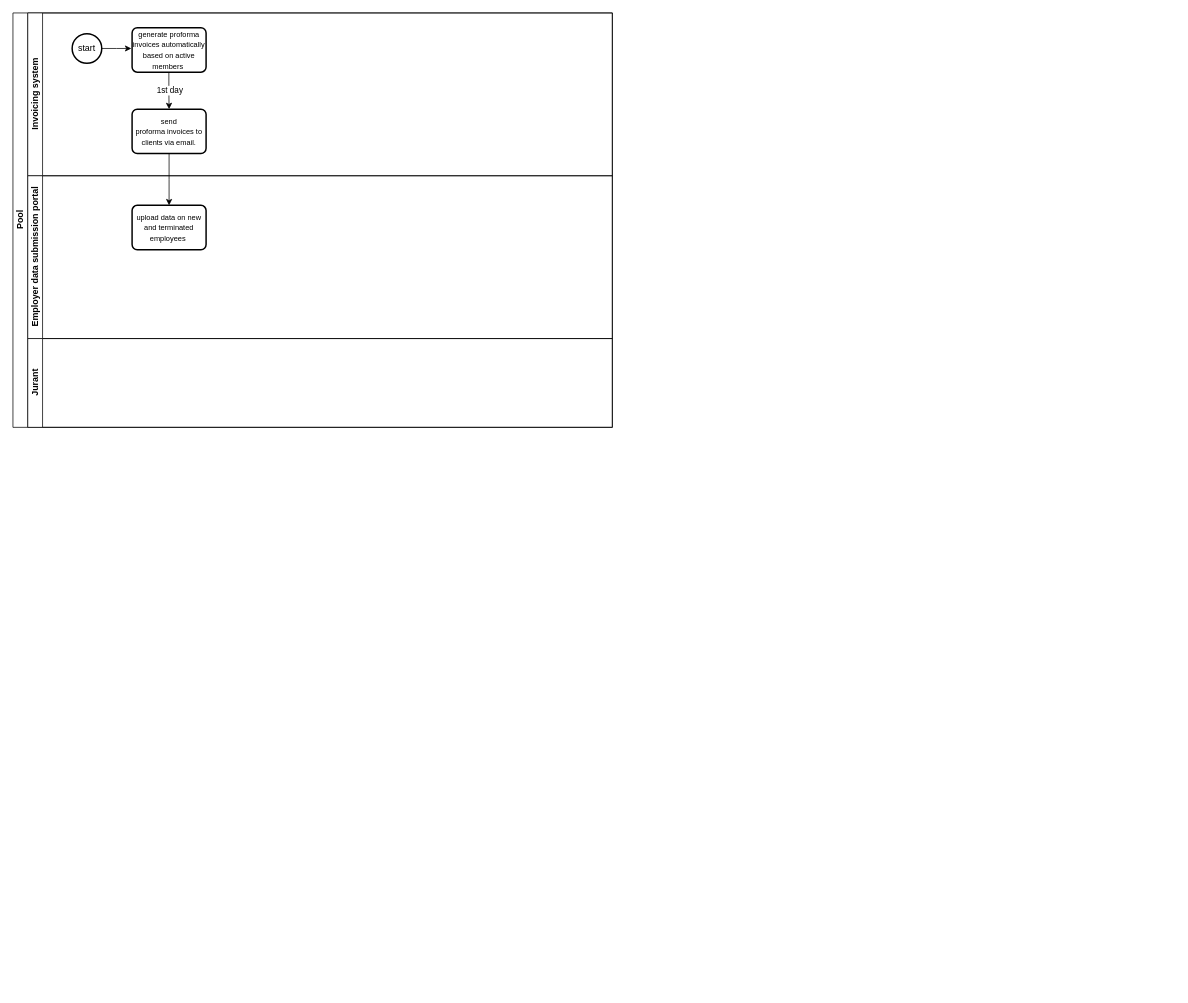
The draw.io diagram billingprocess.drawio in TJ-Kwetsane1993/Thato, before the edit. Source tidied: cells renumbered, new cells numbered last; positions are measured from the earlier drawing's top-left corner, leaving out a move shared by most shapes. Both pictures are drawn from the tidied source at 74%, with x=0, y=0 at pixel (13, 13).
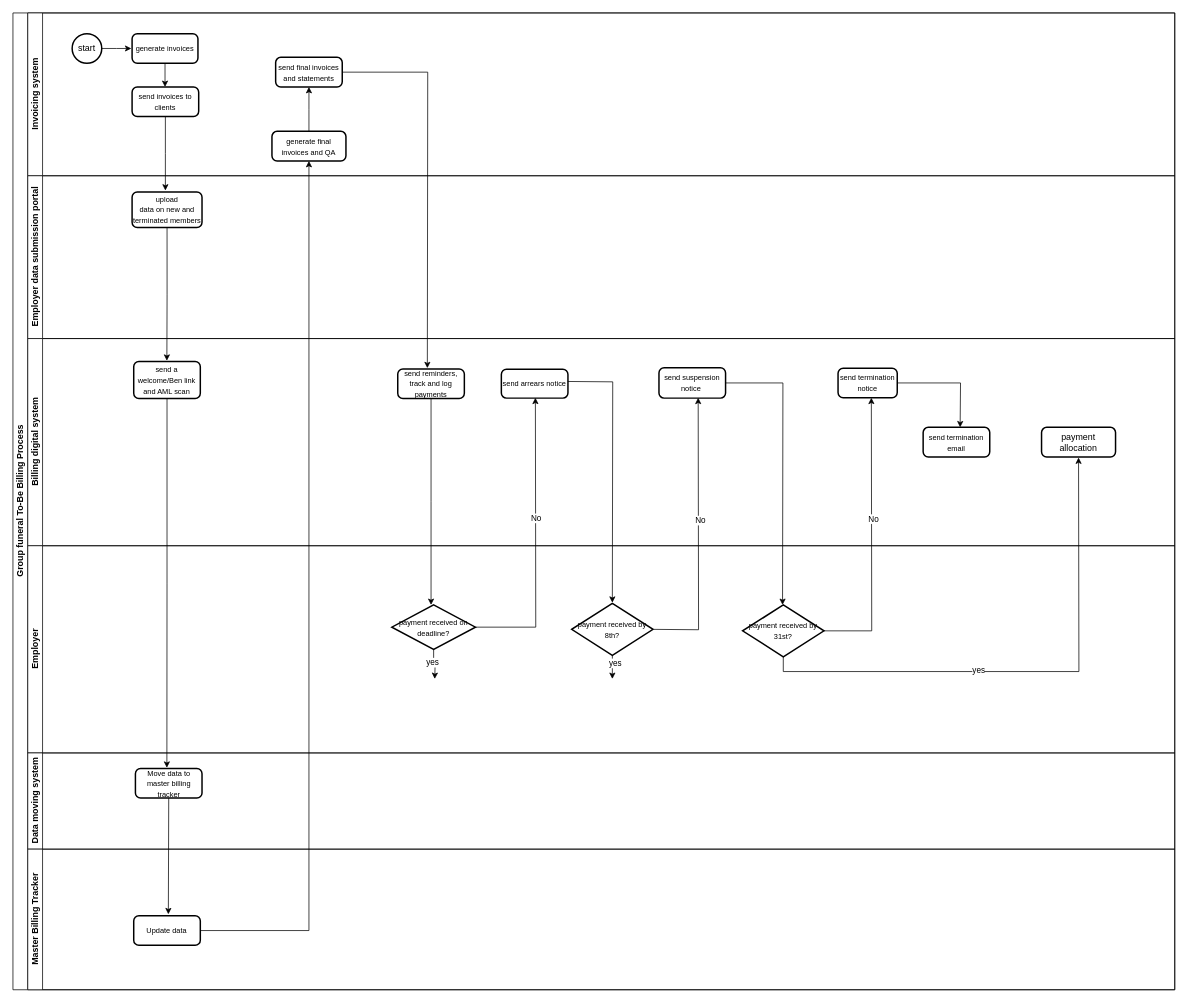
The same page after the edit.

What changed in the source:
```diff
@@
-    <mxCell id="2" value="Pool" style="swimlane;html=1;horizontal=0;startSize=20;" parent="1" vertex="1">
-      <mxGeometry width="810" height="560" as="geometry" />
+    <mxCell id="2" value="Group funeral To-Be Billing Process" style="swimlane;html=1;horizontal=0;startSize=20;" parent="1" vertex="1">
+      <mxGeometry width="1570" height="1320" as="geometry" />
     </mxCell>
     <mxCell id="3" value="Invoicing system" style="swimlane;html=1;startSize=20;horizontal=0;" parent="2" vertex="1">
-      <mxGeometry x="20" width="790" height="220" as="geometry" />
+      <mxGeometry x="20" width="1550" height="220" as="geometry" />
     </mxCell>
-    <mxCell id="4" style="edgeStyle=orthogonalEdgeStyle;rounded=0;jettySize=auto;html=1;exitX=0.497;exitY=0.867;exitDx=0;exitDy=0;exitPerimeter=0;" parent="3" edge="1" source="6">
-      <mxGeometry relative="1" as="geometry">
-        <mxPoint x="191" y="130" as="targetPoint" />
-      </mxGeometry>
-    </mxCell>
-    <mxCell id="5" value="1st day" style="edgeLabel;html=1;align=center;verticalAlign=middle;" parent="4" vertex="1">
-      <mxGeometry x="0.1" y="1" relative="1" as="geometry" />
-    </mxCell>
+    <mxCell id="14" style="edgeStyle=orthogonalEdgeStyle;rounded=0;jettySize=auto;html=1;" parent="3" edge="1" source="6">
+      <mxGeometry relative="1" as="geometry">
+        <mxPoint x="185.5" y="100" as="targetPoint" />
+      </mxGeometry>
+    </mxCell>
-    <mxCell id="6" value="&lt;span style=&quot;font-family: Aptos, sans-serif;&quot; lang=&quot;EN-US&quot;&gt;&lt;font style=&quot;font-size: 10px;&quot;&gt;generate proforma invoices automatically based on active members&amp;nbsp;&lt;/font&gt;&lt;/span&gt;" style="rounded=1;whiteSpace=wrap;html=1;absoluteArcSize=1;arcSize=14;strokeWidth=2;" parent="3" vertex="1">
-      <mxGeometry x="141" y="20" width="100" height="60" as="geometry" />
+    <mxCell id="6" value="&lt;span style=&quot;font-family: Aptos, sans-serif;&quot; lang=&quot;EN-US&quot;&gt;&lt;font style=&quot;font-size: 10px;&quot;&gt;generate invoices&lt;/font&gt;&lt;/span&gt;" style="rounded=1;whiteSpace=wrap;html=1;absoluteArcSize=1;arcSize=14;strokeWidth=2;" parent="3" vertex="1">
+      <mxGeometry x="141" y="28" width="89" height="40" as="geometry" />
     </mxCell>
@@
-    <mxCell id="9" style="edgeStyle=orthogonalEdgeStyle;rounded=0;jettySize=auto;html=1;exitX=0.5;exitY=1;exitDx=0;exitDy=0;" parent="3" edge="1" source="10">
-      <mxGeometry relative="1" as="geometry">
-        <mxPoint x="191" y="260" as="targetPoint" />
-      </mxGeometry>
-    </mxCell>
-    <mxCell id="10" value="&lt;span style=&quot;font-family: Aptos, sans-serif;&quot; lang=&quot;EN-US&quot;&gt;&lt;font style=&quot;font-size: 10px;&quot;&gt;send&lt;br&gt;proforma invoices to clients via email.&lt;/font&gt;&lt;/span&gt;" style="rounded=1;whiteSpace=wrap;html=1;absoluteArcSize=1;arcSize=14;strokeWidth=2;" parent="3" vertex="1">
-      <mxGeometry x="141" y="130" width="100" height="60" as="geometry" />
-    </mxCell>
+    <mxCell id="15" style="edgeStyle=orthogonalEdgeStyle;rounded=0;jettySize=auto;html=1;exitX=0.5;exitY=1;exitDx=0;exitDy=0;" parent="3" edge="1" source="16">
+      <mxGeometry relative="1" as="geometry">
+        <mxPoint x="186" y="240" as="targetPoint" />
+      </mxGeometry>
+    </mxCell>
+    <mxCell id="16" value="&lt;font style=&quot;font-size: 10px;&quot;&gt;send invoices to clients&lt;/font&gt;" style="rounded=1;whiteSpace=wrap;html=1;absoluteArcSize=1;arcSize=14;strokeWidth=2;" parent="3" vertex="1">
+      <mxGeometry x="141" y="100" width="90" height="40" as="geometry" />
+    </mxCell>
+    <mxCell id="17" style="edgeStyle=orthogonalEdgeStyle;rounded=0;jettySize=auto;html=1;exitX=0.5;exitY=0;exitDx=0;exitDy=0;" parent="3" edge="1" source="18">
+      <mxGeometry relative="1" as="geometry">
+        <mxPoint x="380" y="100" as="targetPoint" />
+      </mxGeometry>
+    </mxCell>
+    <mxCell id="18" value="&lt;font style=&quot;font-size: 10px;&quot;&gt;generate final invoices and QA&lt;/font&gt;" style="rounded=1;whiteSpace=wrap;html=1;absoluteArcSize=1;arcSize=14;strokeWidth=2;" parent="3" vertex="1">
+      <mxGeometry x="330" y="160" width="100" height="40" as="geometry" />
+    </mxCell>
+    <mxCell id="19" style="edgeStyle=orthogonalEdgeStyle;rounded=0;jettySize=auto;html=1;exitX=1;exitY=0.5;exitDx=0;exitDy=0;" parent="3" edge="1" source="20">
+      <mxGeometry relative="1" as="geometry">
+        <mxPoint x="540" y="480" as="targetPoint" />
+      </mxGeometry>
+    </mxCell>
+    <mxCell id="20" value="&lt;font style=&quot;font-size: 10px;&quot;&gt;send final invoices and statements&lt;/font&gt;" style="rounded=1;whiteSpace=wrap;html=1;absoluteArcSize=1;arcSize=14;strokeWidth=2;" parent="3" vertex="1">
+      <mxGeometry x="335" y="60" width="90" height="40" as="geometry" />
+    </mxCell>
     <mxCell id="11" value="Employer data submission portal" style="swimlane;html=1;startSize=20;horizontal=0;" parent="2" vertex="1">
-      <mxGeometry x="20" y="220" width="790" height="220" as="geometry" />
+      <mxGeometry x="20" y="220" width="1550" height="220" as="geometry" />
     </mxCell>
-    <mxCell id="12" value="&lt;span style=&quot;font-family: Aptos, sans-serif;&quot; lang=&quot;EN-US&quot;&gt;&lt;font style=&quot;font-size: 10px;&quot;&gt;upload data on new and terminated employees&amp;nbsp;&lt;/font&gt;&lt;/span&gt;" style="rounded=1;whiteSpace=wrap;html=1;absoluteArcSize=1;arcSize=14;strokeWidth=2;" parent="11" vertex="1">
-      <mxGeometry x="141" y="40" width="100" height="60" as="geometry" />
-    </mxCell>
+    <mxCell id="21" style="edgeStyle=orthogonalEdgeStyle;rounded=0;jettySize=auto;html=1;exitX=0.5;exitY=1;exitDx=0;exitDy=0;" parent="11" edge="1" source="22">
+      <mxGeometry relative="1" as="geometry">
+        <mxPoint x="188" y="250" as="targetPoint" />
+      </mxGeometry>
+    </mxCell>
+    <mxCell id="22" value="&lt;span style=&quot;font-family: Aptos, sans-serif;&quot; lang=&quot;EN-US&quot;&gt;&lt;font style=&quot;font-size: 10px;&quot;&gt;upload&lt;br&gt;data on new and terminated members&lt;/font&gt;&lt;/span&gt;" style="rounded=1;whiteSpace=wrap;html=1;absoluteArcSize=1;arcSize=14;strokeWidth=2;" parent="11" vertex="1">
+      <mxGeometry x="141" y="22" width="94.5" height="48" as="geometry" />
+    </mxCell>
-    <mxCell id="13" value="Jurant" style="swimlane;html=1;startSize=20;horizontal=0;" parent="2" vertex="1">
-      <mxGeometry x="20" y="440" width="790" height="120" as="geometry" />
+    <mxCell id="13" value="Billing digital system" style="swimlane;html=1;startSize=20;horizontal=0;" parent="2" vertex="1">
+      <mxGeometry x="20" y="440" width="1550" height="280" as="geometry" />
     </mxCell>
+    <mxCell id="23" style="edgeStyle=orthogonalEdgeStyle;rounded=0;jettySize=auto;html=1;exitX=0.5;exitY=1;exitDx=0;exitDy=0;" parent="13" edge="1" source="24">
+      <mxGeometry relative="1" as="geometry">
+        <mxPoint x="188" y="580" as="targetPoint" />
+      </mxGeometry>
+    </mxCell>
+    <mxCell id="24" value="&lt;font style=&quot;font-size: 10px;&quot;&gt;send a welcome/Ben link and AML scan&lt;/font&gt;" style="rounded=1;whiteSpace=wrap;html=1;absoluteArcSize=1;arcSize=14;strokeWidth=2;" parent="13" vertex="1">
+      <mxGeometry x="143.2" y="31" width="90" height="50" as="geometry" />
+    </mxCell>
+    <mxCell id="25" style="edgeStyle=orthogonalEdgeStyle;rounded=0;jettySize=auto;html=1;exitX=0.5;exitY=1;exitDx=0;exitDy=0;" parent="13" edge="1" source="26">
+      <mxGeometry relative="1" as="geometry">
+        <mxPoint x="545" y="360" as="targetPoint" />
+      </mxGeometry>
+    </mxCell>
+    <mxCell id="26" value="&lt;font style=&quot;font-size: 10px;&quot;&gt;send reminders, track and log payments&lt;/font&gt;" style="rounded=1;whiteSpace=wrap;html=1;absoluteArcSize=1;arcSize=14;strokeWidth=2;" parent="13" vertex="1">
+      <mxGeometry x="500" y="41" width="90" height="40" as="geometry" />
+    </mxCell>
+    <mxCell id="27" value="&lt;font style=&quot;font-size: 10px;&quot;&gt;send arrears notice&lt;/font&gt;" style="rounded=1;whiteSpace=wrap;html=1;absoluteArcSize=1;arcSize=14;strokeWidth=2;" parent="13" vertex="1">
+      <mxGeometry x="640" y="41.5" width="90" height="39" as="geometry" />
+    </mxCell>
+    <mxCell id="28" style="edgeStyle=orthogonalEdgeStyle;rounded=0;jettySize=auto;html=1;exitX=1;exitY=0.5;exitDx=0;exitDy=0;" parent="13" edge="1" source="29">
+      <mxGeometry relative="1" as="geometry">
+        <mxPoint x="1020" y="360" as="targetPoint" />
+      </mxGeometry>
+    </mxCell>
+    <mxCell id="29" value="&lt;font style=&quot;font-size: 10px;&quot;&gt;send suspension notice&amp;nbsp;&lt;/font&gt;" style="rounded=1;whiteSpace=wrap;html=1;absoluteArcSize=1;arcSize=14;strokeWidth=2;" parent="13" vertex="1">
+      <mxGeometry x="853" y="39.5" width="90" height="41" as="geometry" />
+    </mxCell>
+    <mxCell id="30" style="edgeStyle=orthogonalEdgeStyle;rounded=0;jettySize=auto;html=1;exitX=1;exitY=0.5;exitDx=0;exitDy=0;" parent="13" edge="1" source="31">
+      <mxGeometry relative="1" as="geometry">
+        <mxPoint x="1260" y="120" as="targetPoint" />
+      </mxGeometry>
+    </mxCell>
+    <mxCell id="31" value="&lt;font style=&quot;font-size: 10px;&quot;&gt;send termination notice&lt;/font&gt;" style="rounded=1;whiteSpace=wrap;html=1;absoluteArcSize=1;arcSize=14;strokeWidth=2;" parent="13" vertex="1">
+      <mxGeometry x="1095" y="40" width="80" height="40" as="geometry" />
+    </mxCell>
+    <mxCell id="32" value="&lt;font style=&quot;font-size: 10px;&quot;&gt;send termination email&lt;/font&gt;" style="rounded=1;whiteSpace=wrap;html=1;absoluteArcSize=1;arcSize=14;strokeWidth=2;" parent="13" vertex="1">
+      <mxGeometry x="1210" y="120" width="90" height="40" as="geometry" />
+    </mxCell>
+    <mxCell id="33" value="payment allocation" style="rounded=1;whiteSpace=wrap;html=1;absoluteArcSize=1;arcSize=14;strokeWidth=2;" parent="13" vertex="1">
+      <mxGeometry x="1370" y="120" width="100" height="40" as="geometry" />
+    </mxCell>
+    <mxCell id="34" value="Employer" style="swimlane;html=1;startSize=20;horizontal=0;" parent="2" vertex="1">
+      <mxGeometry x="20" y="720" width="1550" height="280" as="geometry" />
+    </mxCell>
+    <mxCell id="35" style="edgeStyle=orthogonalEdgeStyle;rounded=0;jettySize=auto;html=1;exitX=0.5;exitY=1;exitDx=0;exitDy=0;exitPerimeter=0;" parent="34" edge="1" source="37">
+      <mxGeometry relative="1" as="geometry">
+        <mxPoint x="550" y="180" as="targetPoint" />
+      </mxGeometry>
+    </mxCell>
+    <mxCell id="36" value="yes" style="edgeLabel;html=1;align=center;verticalAlign=middle;" parent="35" vertex="1">
+      <mxGeometry x="-0.2" y="-2" relative="1" as="geometry" />
+    </mxCell>
+    <mxCell id="37" value="&lt;font style=&quot;font-size: 10px;&quot;&gt;payment received on deadline?&lt;/font&gt;" style="strokeWidth=2;html=1;shape=mxgraph.flowchart.decision;whiteSpace=wrap;" parent="34" vertex="1">
+      <mxGeometry x="492" y="80" width="113" height="60" as="geometry" />
+    </mxCell>
+    <mxCell id="38" style="edgeStyle=orthogonalEdgeStyle;rounded=0;orthogonalLoop=1;jettySize=auto;html=1;exitX=1;exitY=0.5;exitDx=0;exitDy=0;exitPerimeter=0;" parent="34" edge="1">
+      <mxGeometry relative="1" as="geometry">
+        <mxPoint x="846" y="113" as="sourcePoint" />
+        <mxPoint x="906" y="-200" as="targetPoint" />
+      </mxGeometry>
+    </mxCell>
+    <mxCell id="39" value="No" style="edgeLabel;html=1;align=center;verticalAlign=middle;" parent="38" vertex="1">
+      <mxGeometry x="0.11" y="-2" relative="1" as="geometry" />
+    </mxCell>
+    <mxCell id="40" style="edgeStyle=orthogonalEdgeStyle;rounded=0;jettySize=auto;html=1;exitX=0.5;exitY=1;exitDx=0;exitDy=0;exitPerimeter=0;" parent="34" edge="1" source="42">
+      <mxGeometry relative="1" as="geometry">
+        <mxPoint x="790" y="180" as="targetPoint" />
+      </mxGeometry>
+    </mxCell>
+    <mxCell id="41" value="yes" style="edgeLabel;html=1;align=center;verticalAlign=middle;" parent="40" vertex="1">
+      <mxGeometry x="-0.38" y="3" relative="1" as="geometry" />
+    </mxCell>
+    <mxCell id="42" value="&lt;font style=&quot;font-size: 10px;&quot;&gt;payment received by 8th?&lt;/font&gt;" style="strokeWidth=2;html=1;shape=mxgraph.flowchart.decision;whiteSpace=wrap;" parent="34" vertex="1">
+      <mxGeometry x="735" y="78" width="110" height="70" as="geometry" />
+    </mxCell>
+    <mxCell id="43" style="edgeStyle=orthogonalEdgeStyle;rounded=0;jettySize=auto;html=1;exitX=1;exitY=0.5;exitDx=0;exitDy=0;exitPerimeter=0;" parent="34" edge="1" source="47">
+      <mxGeometry relative="1" as="geometry">
+        <mxPoint x="1140" y="-200" as="targetPoint" />
+      </mxGeometry>
+    </mxCell>
+    <mxCell id="44" value="No" style="edgeLabel;html=1;align=center;verticalAlign=middle;" parent="43" vertex="1">
+      <mxGeometry x="0.14" y="-2" relative="1" as="geometry" />
+    </mxCell>
+    <mxCell id="45" style="edgeStyle=orthogonalEdgeStyle;rounded=0;jettySize=auto;html=1;exitX=0.5;exitY=1;exitDx=0;exitDy=0;exitPerimeter=0;" parent="34" edge="1" source="47">
+      <mxGeometry relative="1" as="geometry">
+        <mxPoint x="1420" y="-119.2" as="targetPoint" />
+      </mxGeometry>
+    </mxCell>
+    <mxCell id="46" value="yes" style="edgeLabel;html=1;align=center;verticalAlign=middle;" parent="45" vertex="1">
+      <mxGeometry x="-0.2" y="3" relative="1" as="geometry" />
+    </mxCell>
+    <mxCell id="47" value="&lt;font style=&quot;font-size: 10px;&quot;&gt;payment received by 31st?&lt;/font&gt;" style="strokeWidth=2;html=1;shape=mxgraph.flowchart.decision;whiteSpace=wrap;" parent="34" vertex="1">
+      <mxGeometry x="966" y="80" width="110" height="70" as="geometry" />
+    </mxCell>
+    <mxCell id="48" value="Data moving system" style="swimlane;html=1;startSize=20;horizontal=0;" parent="2" vertex="1">
+      <mxGeometry x="20" y="1000" width="1550" height="130" as="geometry" />
+    </mxCell>
+    <mxCell id="49" style="edgeStyle=orthogonalEdgeStyle;rounded=0;jettySize=auto;html=1;exitX=0.5;exitY=1;exitDx=0;exitDy=0;" parent="48" edge="1" source="50">
+      <mxGeometry relative="1" as="geometry">
+        <mxPoint x="190" y="218" as="targetPoint" />
+      </mxGeometry>
+    </mxCell>
+    <mxCell id="50" value="&lt;font style=&quot;font-size: 10px;&quot;&gt;Move data to master billing tracker&lt;/font&gt;" style="rounded=1;whiteSpace=wrap;html=1;absoluteArcSize=1;arcSize=14;strokeWidth=2;" parent="48" vertex="1">
+      <mxGeometry x="145.5" y="21" width="90" height="40" as="geometry" />
+    </mxCell>
+    <mxCell id="51" value="Master Billing Tracker" style="swimlane;html=1;startSize=20;horizontal=0;" parent="2" vertex="1">
+      <mxGeometry x="20" y="1130" width="1550" height="190" as="geometry" />
+    </mxCell>
+    <mxCell id="52" value="&lt;font style=&quot;font-size: 10px;&quot;&gt;Update data&lt;/font&gt;" style="rounded=1;whiteSpace=wrap;html=1;absoluteArcSize=1;arcSize=14;strokeWidth=2;" parent="51" vertex="1">
+      <mxGeometry x="143.2" y="90" width="90" height="40" as="geometry" />
+    </mxCell>
+    <mxCell id="53" style="edgeStyle=orthogonalEdgeStyle;rounded=0;jettySize=auto;html=1;exitX=1;exitY=0.5;exitDx=0;exitDy=0;entryX=0.5;entryY=1;entryDx=0;entryDy=0;" parent="2" edge="1" source="52" target="18">
+      <mxGeometry relative="1" as="geometry" />
+    </mxCell>
+    <mxCell id="54" style="edgeStyle=orthogonalEdgeStyle;rounded=0;jettySize=auto;html=1;exitX=1;exitY=0.5;exitDx=0;exitDy=0;exitPerimeter=0;" parent="2" edge="1" source="37">
+      <mxGeometry relative="1" as="geometry">
+        <mxPoint x="706" y="520" as="targetPoint" />
+      </mxGeometry>
+    </mxCell>
+    <mxCell id="55" value="No" style="edgeLabel;html=1;align=center;verticalAlign=middle;" parent="54" vertex="1">
+      <mxGeometry x="0.17" relative="1" as="geometry" />
+    </mxCell>
+    <mxCell id="56" style="edgeStyle=orthogonalEdgeStyle;rounded=0;orthogonalLoop=1;jettySize=auto;html=1;entryX=0.5;entryY=0;entryDx=0;entryDy=0;entryPerimeter=0;" parent="2" edge="1">
+      <mxGeometry relative="1" as="geometry">
+        <mxPoint x="750" y="498" as="sourcePoint" />
+        <mxPoint x="810" y="797" as="targetPoint" />
+      </mxGeometry>
+    </mxCell>
```
